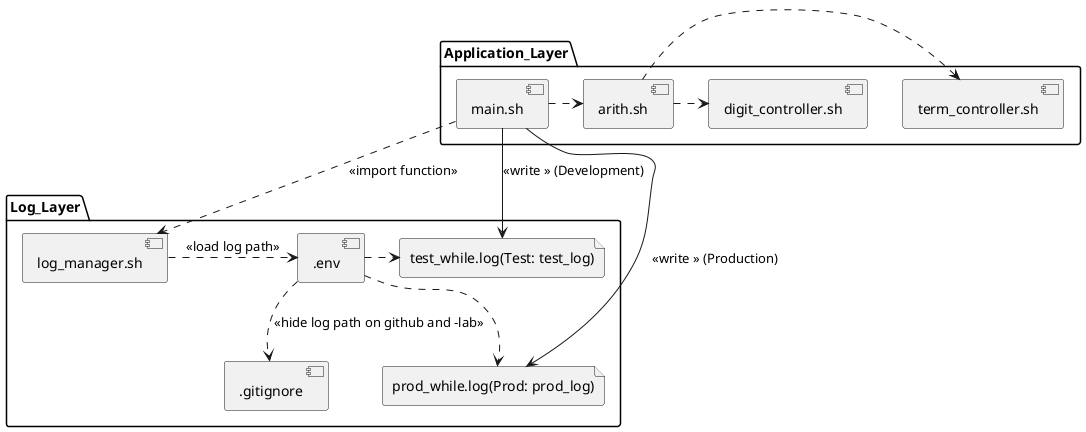
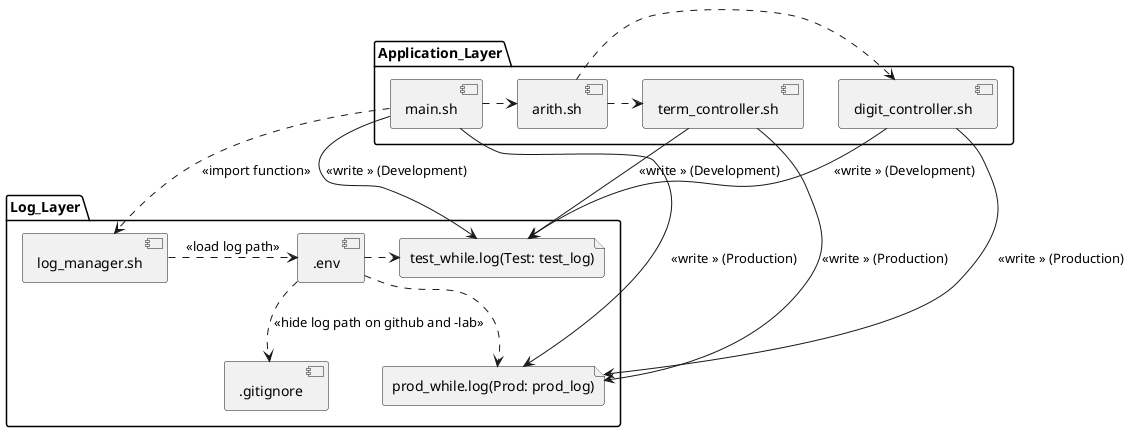
@startuml
package "Application_Layer" {
	component [main.sh] as main
	component [digit_controller.sh] as digit
	component [term_controller.sh] as term
	component [arith.sh] as arith
	arith .> term << get num of term >>
	arith .> digit << get digits to calculate >>
	main .> arith << load function >>
}

package "Log_Layer" {
       	component [.gitignore] as git
        component [.env] as env
	component [log_manager.sh] as log

	file "test_while.log(Test: test_log)" as testlog
	file "prod_while.log(Prod: prod_log)" as prodlog

	main .> log: << import function >>
        log .> env: << load log path>>
	env .> testlog << include >>
	env -down.> prodlog << include >>
        env -down.> git: << hide log path on github and -lab >>
}

main -down-> testlog: << write  >> (Development)
main -down-> prodlog: << write  >> (Production)
+ term -down-> testlog: << write  >> (Development)
+ term -down-> prodlog: << write  >> (Production)
+ digit -down-> testlog: << write  >> (Development)
+ digit -down-> prodlog: << write  >> (Production)

@enduml
